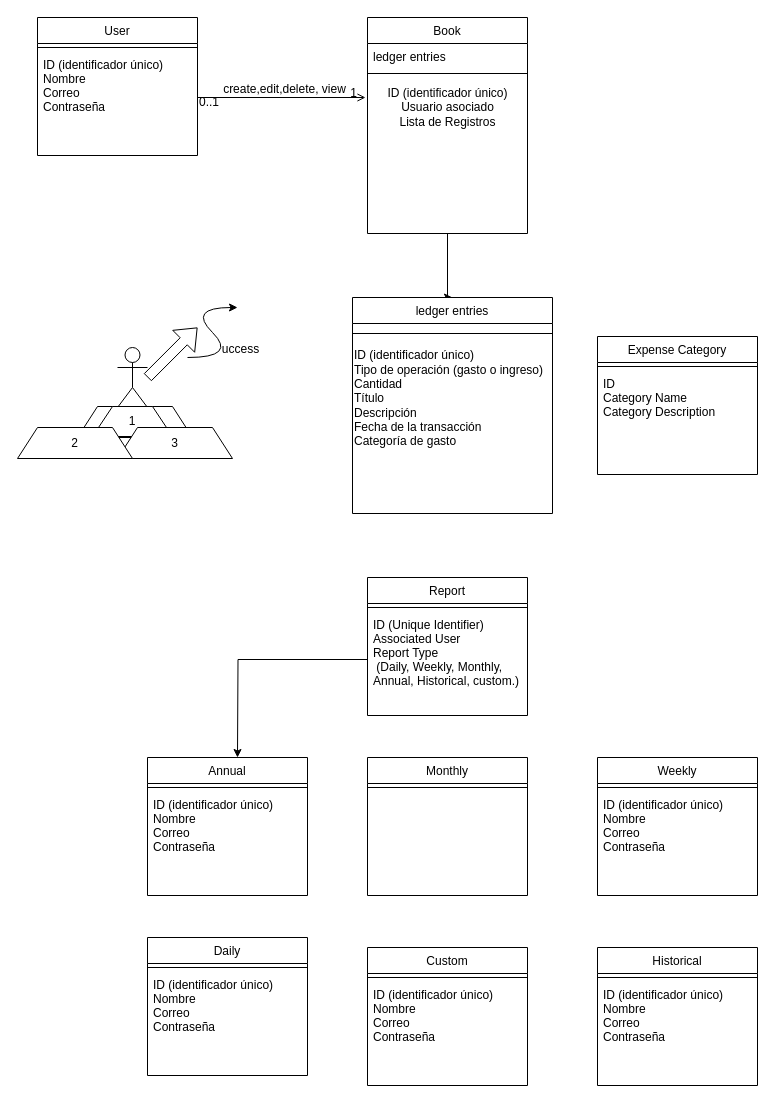
Before: page "Page-1" (1 of 2) of Diagram MoneyWise.drawio in Davidongo93/moneyWise, a draw.io diagram. Source tidied: cells renumbered, new cells numbered last; positions are measured from the earlier drawing's top-left corner, leaving out a move shared by most shapes. Both pictures are drawn from the tidied source at 100%, with x=0, y=0 at pixel (17, 17).
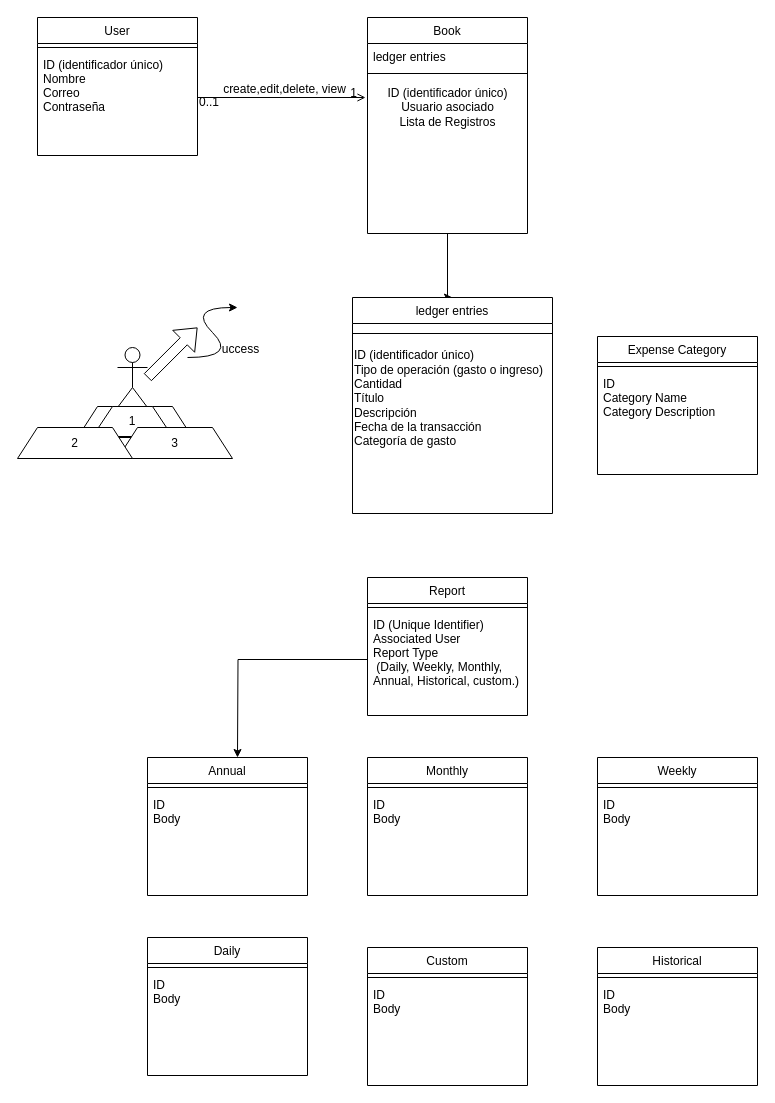
After the change.

Unchanged cells that the change refers to:
```xml
<mxCell id="24" value="Annual" style="swimlane;fontStyle=0;align=center;verticalAlign=top;horizontal=1;startSize=26;rounded=0;shadow=0;strokeWidth=1;" parent="1" vertex="1">
  <mxGeometry x="130" y="740" width="160" height="138" as="geometry" />
</mxCell>
<mxCell id="27" value="Monthly" style="swimlane;fontStyle=0;align=center;verticalAlign=top;horizontal=1;startSize=26;rounded=0;shadow=0;strokeWidth=1;" parent="1" vertex="1">
  <mxGeometry x="350" y="740" width="160" height="138" as="geometry" />
</mxCell>
<mxCell id="29" value="Weekly" style="swimlane;fontStyle=0;align=center;verticalAlign=top;horizontal=1;startSize=26;rounded=0;shadow=0;strokeWidth=1;" parent="1" vertex="1">
  <mxGeometry x="580" y="740" width="160" height="138" as="geometry" />
</mxCell>
<mxCell id="32" value="Daily" style="swimlane;fontStyle=0;align=center;verticalAlign=top;horizontal=1;startSize=26;rounded=0;shadow=0;strokeWidth=1;" parent="1" vertex="1">
  <mxGeometry x="130" y="920" width="160" height="138" as="geometry" />
</mxCell>
<mxCell id="35" value="Custom" style="swimlane;fontStyle=0;align=center;verticalAlign=top;horizontal=1;startSize=26;rounded=0;shadow=0;strokeWidth=1;" parent="1" vertex="1">
  <mxGeometry x="350" y="930" width="160" height="138" as="geometry" />
</mxCell>
<mxCell id="38" value="Historical" style="swimlane;fontStyle=0;align=center;verticalAlign=top;horizontal=1;startSize=26;rounded=0;shadow=0;strokeWidth=1;" parent="1" vertex="1">
  <mxGeometry x="580" y="930" width="160" height="138" as="geometry" />
</mxCell>
```

What changed in the source:
```diff
@@
-    <mxCell id="26" value="ID (identificador único)&#10;Nombre&#10;Correo&#10;Contraseña" style="text;align=left;verticalAlign=top;spacingLeft=4;spacingRight=4;overflow=hidden;rounded=0;shadow=0;html=0;" parent="24" vertex="1">
-      <mxGeometry y="34" width="160" height="96" as="geometry" />
-    </mxCell>
+    <mxCell id="49" value="ID&#10;Body&#10;" style="text;align=left;verticalAlign=top;spacingLeft=4;spacingRight=4;overflow=hidden;rounded=0;shadow=0;html=0;" parent="24" vertex="1">
+      <mxGeometry y="34" width="160" height="96" as="geometry" />
+    </mxCell>
@@
+    <mxCell id="50" value="ID&#10;Body&#10;" style="text;align=left;verticalAlign=top;spacingLeft=4;spacingRight=4;overflow=hidden;rounded=0;shadow=0;html=0;" parent="27" vertex="1">
+      <mxGeometry y="34" width="160" height="96" as="geometry" />
+    </mxCell>
@@
-    <mxCell id="31" value="ID (identificador único)&#10;Nombre&#10;Correo&#10;Contraseña" style="text;align=left;verticalAlign=top;spacingLeft=4;spacingRight=4;overflow=hidden;rounded=0;shadow=0;html=0;" parent="29" vertex="1">
-      <mxGeometry y="34" width="160" height="96" as="geometry" />
-    </mxCell>
+    <mxCell id="51" value="ID&#10;Body&#10;" style="text;align=left;verticalAlign=top;spacingLeft=4;spacingRight=4;overflow=hidden;rounded=0;shadow=0;html=0;" parent="29" vertex="1">
+      <mxGeometry y="34" width="160" height="96" as="geometry" />
+    </mxCell>
@@
-    <mxCell id="34" value="ID (identificador único)&#10;Nombre&#10;Correo&#10;Contraseña" style="text;align=left;verticalAlign=top;spacingLeft=4;spacingRight=4;overflow=hidden;rounded=0;shadow=0;html=0;" parent="32" vertex="1">
+    <mxCell id="34" value="ID&#10;Body&#10;" style="text;align=left;verticalAlign=top;spacingLeft=4;spacingRight=4;overflow=hidden;rounded=0;shadow=0;html=0;" parent="32" vertex="1">
       <mxGeometry y="34" width="160" height="96" as="geometry" />
     </mxCell>
@@
-    <mxCell id="37" value="ID (identificador único)&#10;Nombre&#10;Correo&#10;Contraseña" style="text;align=left;verticalAlign=top;spacingLeft=4;spacingRight=4;overflow=hidden;rounded=0;shadow=0;html=0;" parent="35" vertex="1">
-      <mxGeometry y="34" width="160" height="96" as="geometry" />
-    </mxCell>
+    <mxCell id="52" value="ID&#10;Body&#10;" style="text;align=left;verticalAlign=top;spacingLeft=4;spacingRight=4;overflow=hidden;rounded=0;shadow=0;html=0;" parent="35" vertex="1">
+      <mxGeometry y="34" width="160" height="96" as="geometry" />
+    </mxCell>
@@
-    <mxCell id="40" value="ID (identificador único)&#10;Nombre&#10;Correo&#10;Contraseña" style="text;align=left;verticalAlign=top;spacingLeft=4;spacingRight=4;overflow=hidden;rounded=0;shadow=0;html=0;" parent="38" vertex="1">
-      <mxGeometry y="34" width="160" height="96" as="geometry" />
-    </mxCell>
+    <mxCell id="53" value="ID&#10;Body&#10;" style="text;align=left;verticalAlign=top;spacingLeft=4;spacingRight=4;overflow=hidden;rounded=0;shadow=0;html=0;" parent="38" vertex="1">
+      <mxGeometry y="34" width="160" height="96" as="geometry" />
+    </mxCell>
```
